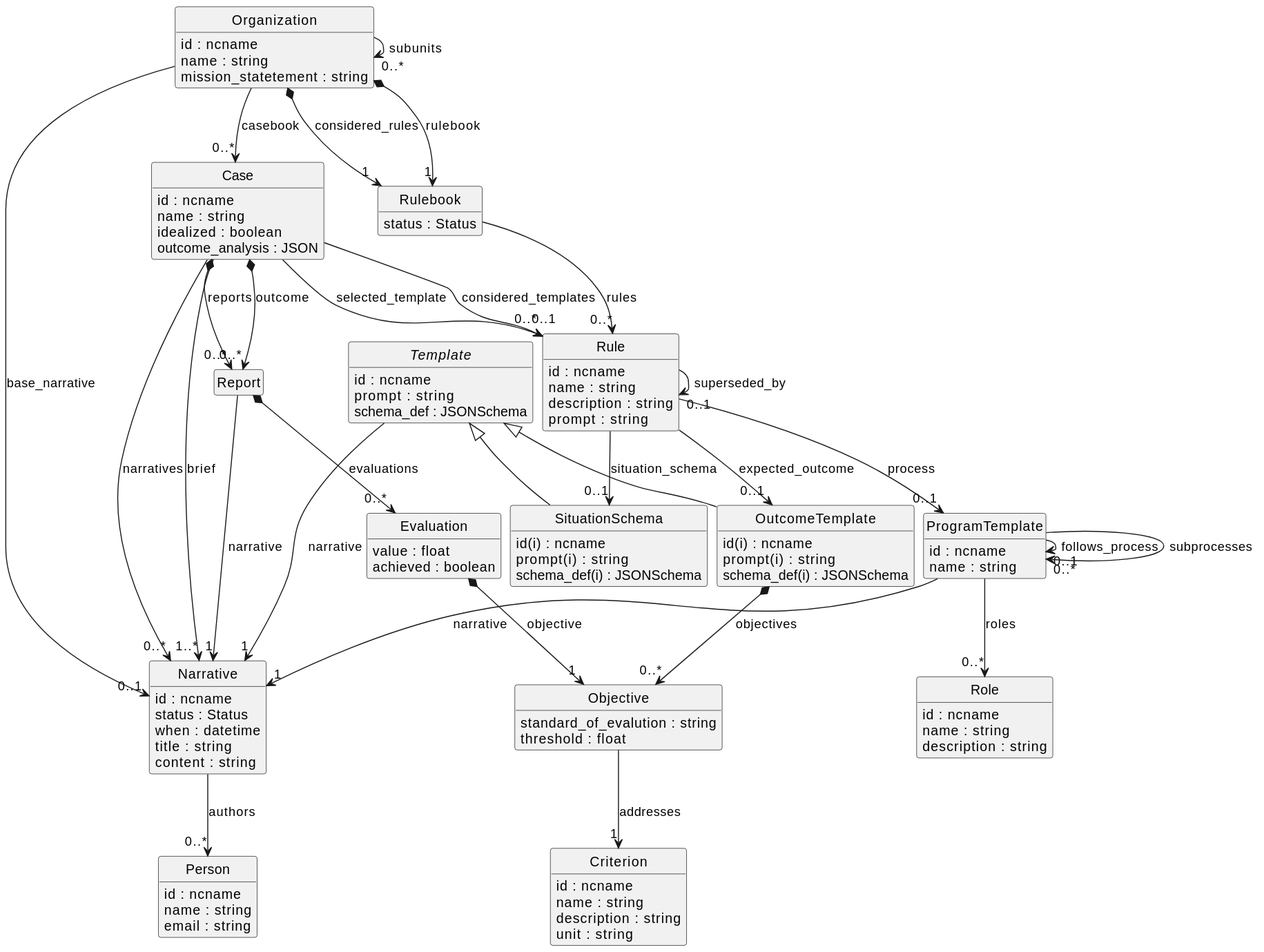
Above: schema.svg in Existentialist-Robot/ProcesSieve (PlantUML), before the change.
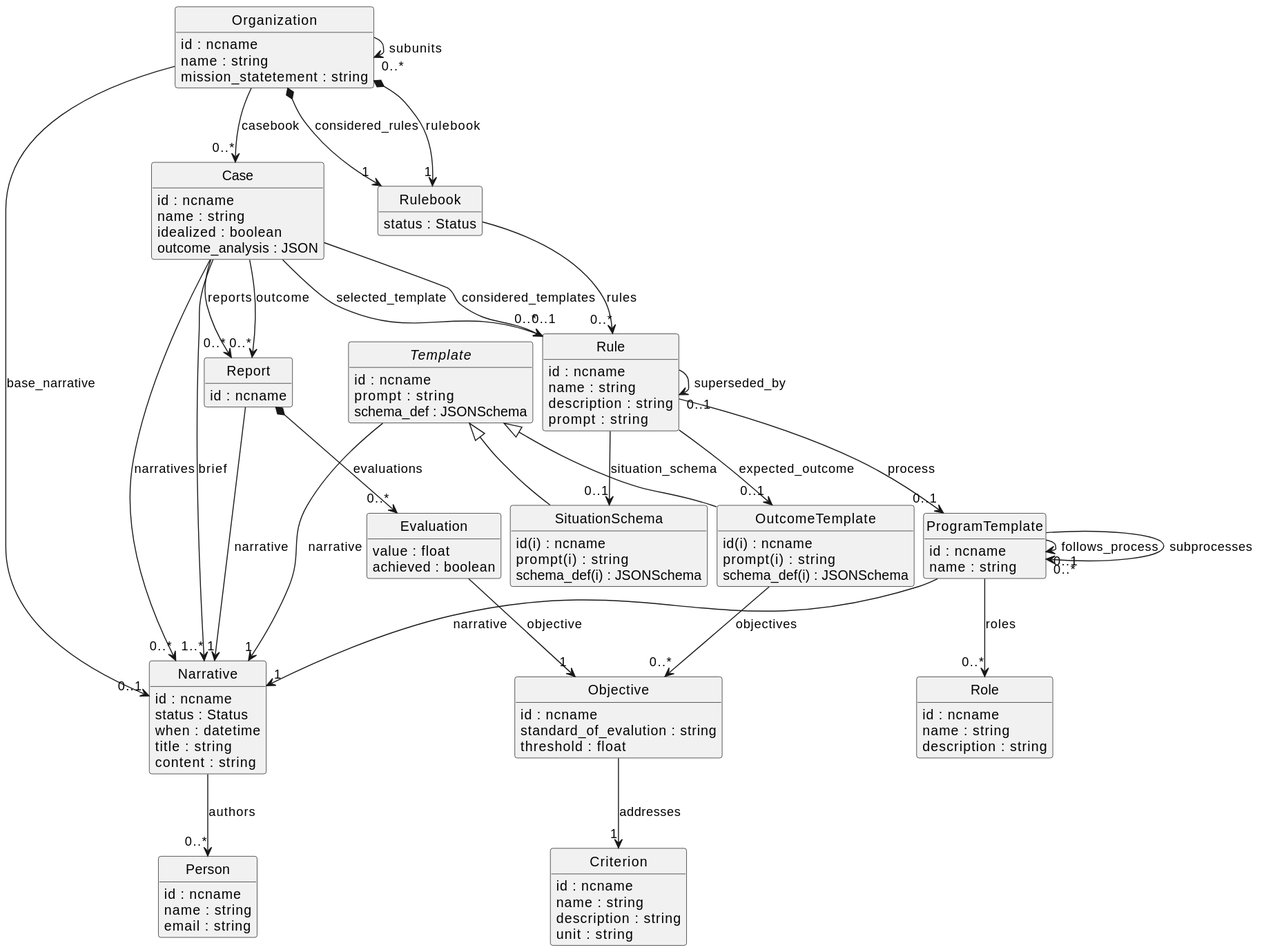
The same diagram one commit later.

The edit, as a diff of the source:
```diff
@@ -67,7 +67,7 @@
 }
 "ProgramTemplate" --> "0..*" "Role" : "roles"
 class "Report" [[{A report contains a narrative and evaluations}]] {
-
+    {field} id : ncname
 }
 class "Evaluation" [[{The evaluation of an outcome with respect to one of the Program's Criteria}]] {
     {field} value : float
@@ -75,8 +75,8 @@
 }
 "Report" *--> "0..*" "Evaluation" : "evaluations"
 "Report" --> "1" "Narrative" : "narrative"
-"Case" *--> "0..*" "Report" : "outcome"
-"Case" *--> "0..*" "Report" : "reports"
+"Case" --> "0..*" "Report" : "outcome"
+"Case" --> "0..*" "Report" : "reports"
 "ProgramTemplate" --> "0..1" "ProgramTemplate" : "follows_process"
 "ProgramTemplate" --> "0..*" "ProgramTemplate" : "subprocesses"
 "ProgramTemplate" --> "1" "Narrative" : "narrative"
@@ -87,10 +87,11 @@
 }
 "Narrative" --> "0..*" "Person" : "authors"
 class "Objective" [[{None}]] {
+    {field} id : ncname
     {field} standard_of_evalution : string
     {field} threshold : float
 }
-"OutcomeTemplate" *--> "0..*" "Objective" : "objectives"
+"OutcomeTemplate" --> "0..*" "Objective" : "objectives"
 "Organization" --> "0..*" "Case" : "casebook"
 "Organization" --> "0..*" "Organization" : "subunits"
 "Organization" --> "0..1" "Narrative" : "base_narrative"
@@ -101,7 +102,7 @@
     {field} unit : string
 }
 "Objective" --> "1" "Criterion" : "addresses"
-"Evaluation" *--> "1" "Objective" : "objective"
+"Evaluation" --> "1" "Objective" : "objective"
 "Case" --> "1..*" "Narrative" : "brief"
 "Case" --> "0..*" "Narrative" : "narratives"
 @enduml
```
